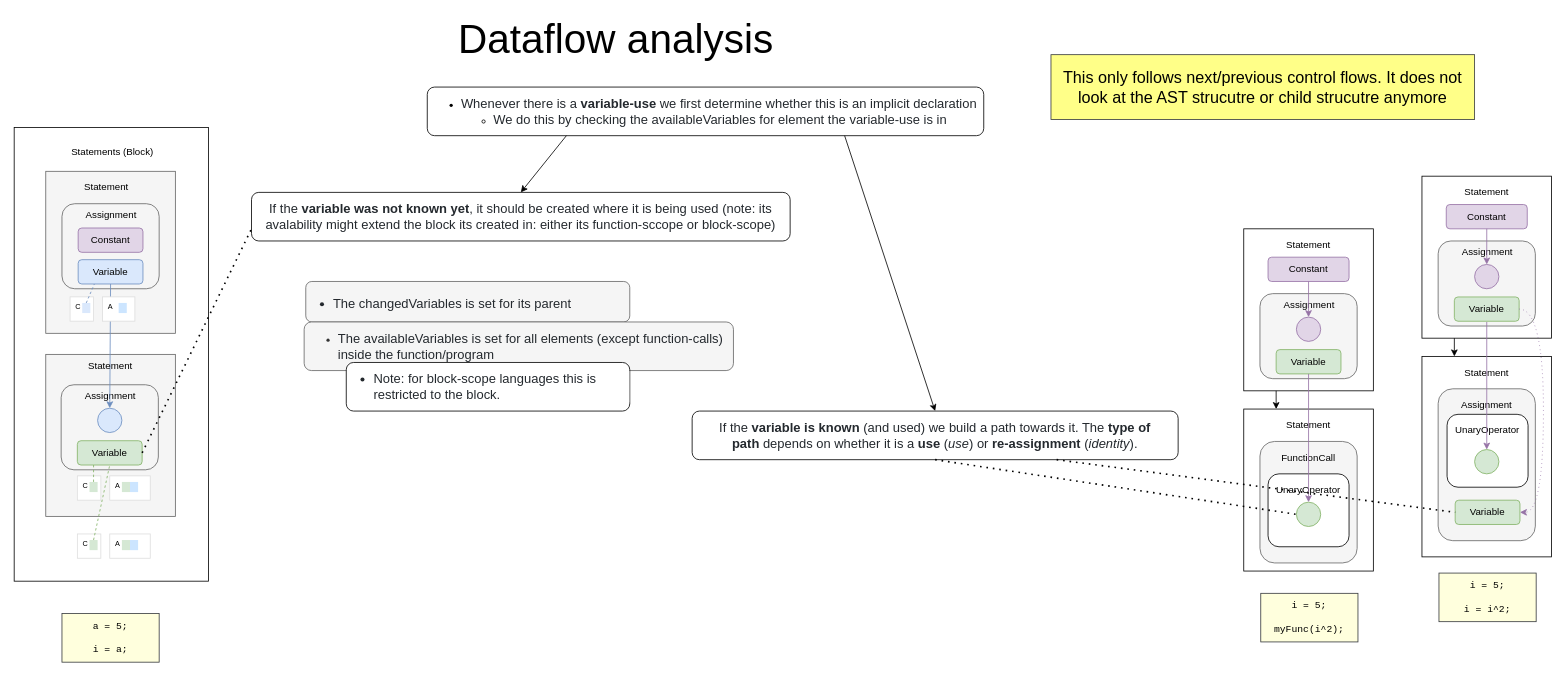
Above: page "Data Flow" (4 of 4) of doc/flowify_algoritm_and_data_structures.drawio in visual-trials/flowify (draw.io), before the change. Source tidied: cells renumbered, new cells numbered last; positions are measured from the earlier drawing's top-left corner, leaving out a move shared by most shapes. Both pictures are drawn from the tidied source at 81%, with x=0, y=0 at pixel (14, 30).
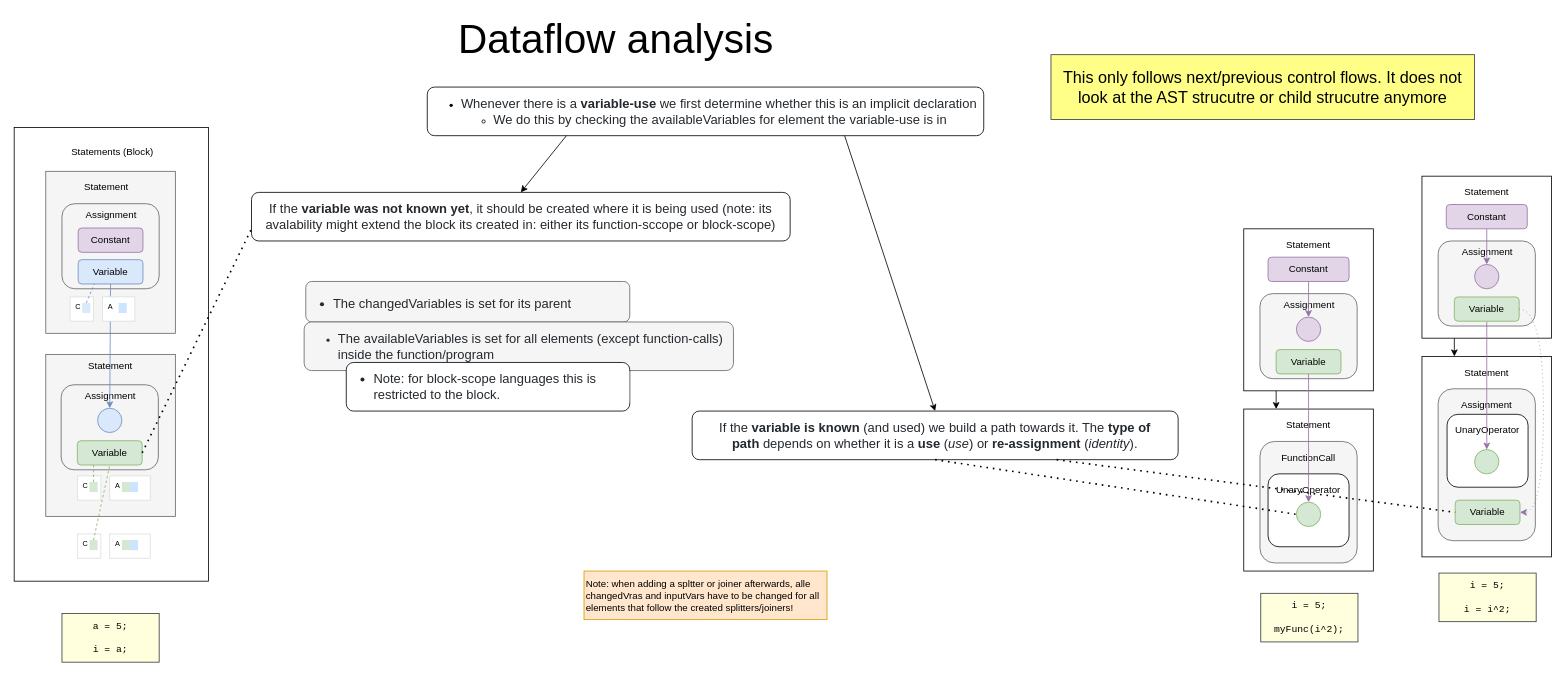
Above is the later version.

Change to the diagram source:
```diff
@@
+    <mxCell id="92" value="Note: when adding a spltter or joiner afterwards, alle changedVras and inputVars have to be changed for all elements that follow the created splitters/joiners!" style="rounded=0;whiteSpace=wrap;html=1;fillColor=#ffe6cc;fontSize=12;align=left;strokeColor=#d79b00;fontStyle=0;" parent="1" vertex="1">
+      <mxGeometry x="703.5" y="667.5" width="300" height="60" as="geometry" />
+    </mxCell>
```
